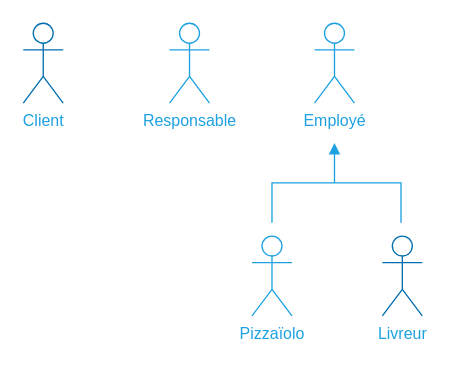
The draw.io diagram img/figure_system-actors.dio in centvingt/OCPizzaRedaction, before the edit. Source tidied: cells renumbered, new cells numbered last; positions are measured from the earlier drawing's top-left corner, leaving out a move shared by most shapes. Both pictures are drawn from the tidied source at 133%, with x=0, y=0 at pixel (23, 23).
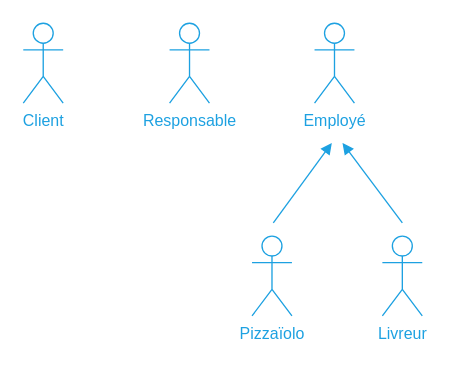
The same diagram, later.

The edit, as a diff of the source:
```diff
@@
 <mxGraphModel>
   <root>
     <mxCell id="0" />
     <mxCell id="1" parent="0" />
-    <mxCell id="2" value="&lt;font color=&quot;#1da1e1&quot;&gt;Client&lt;/font&gt;" style="shape=umlActor;verticalLabelPosition=bottom;verticalAlign=top;html=1;strokeColor=#006EAF;fontColor=#ffffff;fillColor=none;" parent="1" vertex="1">
+    <mxCell id="2" value="&lt;font color=&quot;#1da1e1&quot;&gt;Client&lt;/font&gt;" style="shape=umlActor;verticalLabelPosition=bottom;verticalAlign=top;html=1;fontColor=#ffffff;fillColor=none;strokeColor=#1DA1E1;" parent="1" vertex="1">
       <mxGeometry width="30" height="60" as="geometry" />
     </mxCell>
-    <mxCell id="3" style="group;" parent="1" vertex="1">
-      <mxGeometry x="187" width="97" height="120" as="geometry" />
-    </mxCell>
-    <mxCell id="4" value="&lt;font color=&quot;#1da1e1&quot;&gt;Employé&lt;/font&gt;" style="shape=umlActor;verticalLabelPosition=bottom;verticalAlign=top;html=1;strokeColor=#1DA1E1;fillColor=none;" parent="3" vertex="1">
-      <mxGeometry x="32" width="30" height="60" as="geometry" />
+    <mxCell id="4" value="&lt;font color=&quot;#1da1e1&quot;&gt;Employé&lt;/font&gt;" style="shape=umlActor;verticalLabelPosition=bottom;verticalAlign=top;html=1;strokeColor=#1DA1E1;fillColor=none;" parent="1" vertex="1">
+      <mxGeometry x="219" width="30" height="60" as="geometry" />
     </mxCell>
+    <mxCell id="7" style="endArrow=block;html=1;endFill=1;rounded=0;strokeColor=#1DA1E1;" parent="1" edge="1">
+      <mxGeometry x="195" y="10" as="geometry">
+        <mxPoint x="188" y="150" as="sourcePoint" />
+        <mxPoint x="232" y="90" as="targetPoint" />
+      </mxGeometry>
+    </mxCell>
-    <mxCell id="5" style="group;" parent="3" vertex="1">
-      <mxGeometry y="90" width="97" height="30" as="geometry" />
+    <mxCell id="5" style="endArrow=block;html=1;endFill=1;rounded=0;strokeColor=#1DA1E1;" parent="1" edge="1">
+      <mxGeometry x="292" y="10" as="geometry">
+        <mxPoint x="285" y="150" as="sourcePoint" />
+        <mxPoint x="240" y="90" as="targetPoint" />
+      </mxGeometry>
     </mxCell>
-    <mxCell id="6" style="endArrow=none;html=1;endFill=0;rounded=0;strokeColor=#1DA1E1;" parent="5" edge="1">
-      <mxGeometry y="-90" as="geometry">
-        <mxPoint y="60" as="sourcePoint" />
-        <mxPoint x="97" y="60" as="targetPoint" />
-        <Array as="points">
-          <mxPoint y="30" />
-          <mxPoint x="97" y="30" />
-        </Array>
-      </mxGeometry>
-    </mxCell>
-    <mxCell id="7" style="endArrow=block;html=1;endFill=1;rounded=0;strokeColor=#1DA1E1;" parent="5" edge="1">
-      <mxGeometry y="-90" as="geometry">
-        <mxPoint x="47" y="30" as="sourcePoint" />
-        <mxPoint x="47" as="targetPoint" />
-      </mxGeometry>
-    </mxCell>
     <mxCell id="8" parent="0" />
     <mxCell id="9" value="&lt;font color=&quot;#1da1e1&quot;&gt;Pizzaïolo&lt;/font&gt;" style="shape=umlActor;verticalLabelPosition=bottom;verticalAlign=top;html=1;strokeColor=#1DA1E1;fillColor=none;" parent="8" vertex="1">
       <mxGeometry x="172" y="160" width="30" height="60" as="geometry" />
     </mxCell>
-    <mxCell id="10" value="&lt;font color=&quot;#1da1e1&quot;&gt;Livreur&lt;/font&gt;" style="shape=umlActor;verticalLabelPosition=bottom;verticalAlign=top;html=1;strokeColor=#006EAF;fontColor=#ffffff;fillColor=none;rotation=0;direction=east;" parent="8" vertex="1">
+    <mxCell id="10" value="&lt;font color=&quot;#1da1e1&quot;&gt;Livreur&lt;/font&gt;" style="shape=umlActor;verticalLabelPosition=bottom;verticalAlign=top;html=1;fontColor=#ffffff;fillColor=none;rotation=0;direction=east;strokeColor=#1DA1E1;" parent="8" vertex="1">
       <mxGeometry x="270" y="160" width="30" height="60" as="geometry" />
     </mxCell>
     <mxCell id="11" value="&lt;font color=&quot;#1da1e1&quot;&gt;Responsable&lt;br&gt;&lt;/font&gt;" style="shape=umlActor;verticalLabelPosition=bottom;verticalAlign=top;html=1;strokeColor=#1DA1E1;fillColor=none;" parent="8" vertex="1">
       <mxGeometry x="110" width="30" height="60" as="geometry" />
     </mxCell>
   </root>
 </mxGraphModel>
```
